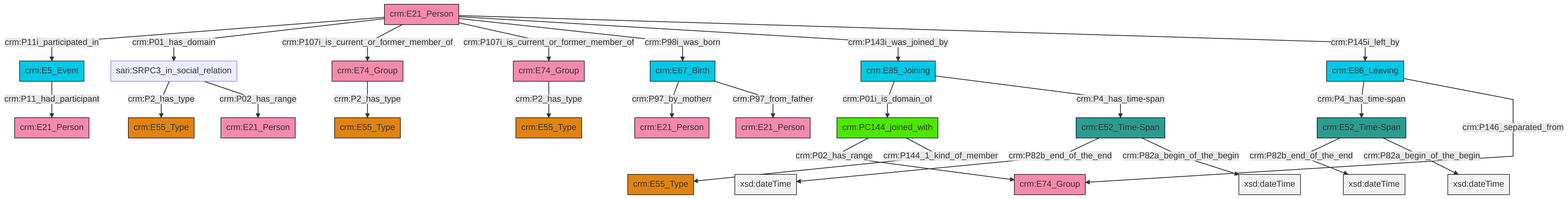
Above: et/personCSV/ttl/mmd/png/Person_Actor_Relations.png in swiss-art-research-net/reference-data-models (Mermaid), before the change. Its source is kept beside it as et/personCSV/ttl/mmd/Person_Actor_Relations.ttl.mmd.
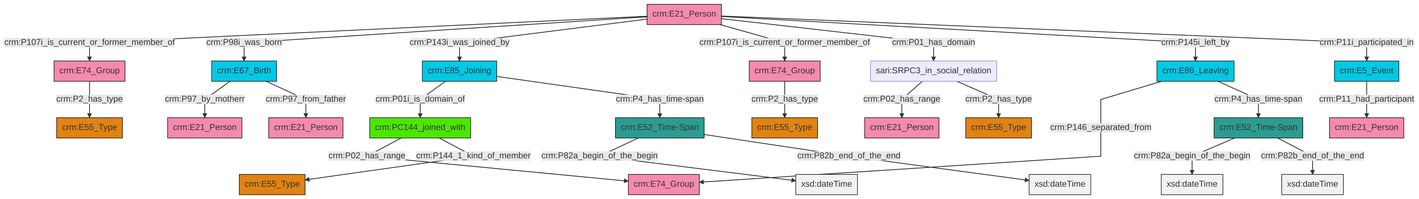
Above is the later version.

What changed in the source:
```diff
@@ -13,27 +13,27 @@
 classDef PC_Classes fill:#4ce600, stroke:#000000;
 classDef Multi fill:#cccccc,stroke:#000000;
 
-0["crm:E21_Person"]:::Actor -->|crm:P11i_participated_in| 1["crm:E5_Event"]:::Temporal_Entity
-4["crm:E86_Leaving"]:::Temporal_Entity -->|crm:P4_has_time-span| 5["crm:E52_Time-Span"]:::Time-Span
-0["crm:E21_Person"]:::Actor -->|crm:P01_has_domain| 6["sari:SRPC3_in_social_relation"]:::Default
-15["crm:E74_Group"]:::Actor -->|crm:P2_has_type| 2["crm:E55_Type"]:::Type
-6["sari:SRPC3_in_social_relation"]:::Default -->|crm:P2_has_type| 16["crm:E55_Type"]:::Type
-17["crm:E67_Birth"]:::Temporal_Entity -->|crm:P97_by_motherr| 18["crm:E21_Person"]:::Actor
-0["crm:E21_Person"]:::Actor -->|crm:P107i_is_current_or_former_member_of| 15["crm:E74_Group"]:::Actor
-6["sari:SRPC3_in_social_relation"]:::Default -->|crm:P02_has_range| 19["crm:E21_Person"]:::Actor
-0["crm:E21_Person"]:::Actor -->|crm:P107i_is_current_or_former_member_of| 13["crm:E74_Group"]:::Actor
-1["crm:E5_Event"]:::Temporal_Entity -->|crm:P11_had_participant| 7["crm:E21_Person"]:::Actor
-9["crm:E85_Joining"]:::Temporal_Entity -->|crm:P01i_is_domain_of| 23["crm:PC144_joined_with"]:::PC_Classes
-5["crm:E52_Time-Span"]:::Time-Span -->|crm:P82b_end_of_the_end| 28[xsd:dateTime]:::Literal
-0["crm:E21_Person"]:::Actor -->|crm:P98i_was_born| 17["crm:E67_Birth"]:::Temporal_Entity
-9["crm:E85_Joining"]:::Temporal_Entity -->|crm:P4_has_time-span| 31["crm:E52_Time-Span"]:::Time-Span
-0["crm:E21_Person"]:::Actor -->|crm:P143i_was_joined_by| 9["crm:E85_Joining"]:::Temporal_Entity
-23["crm:PC144_joined_with"]:::PC_Classes -->|crm:P02_has_range| 34["crm:E74_Group"]:::Actor
-31["crm:E52_Time-Span"]:::Time-Span -->|crm:P82b_end_of_the_end| 35[xsd:dateTime]:::Literal
-5["crm:E52_Time-Span"]:::Time-Span -->|crm:P82a_begin_of_the_begin| 36[xsd:dateTime]:::Literal
-0["crm:E21_Person"]:::Actor -->|crm:P145i_left_by| 4["crm:E86_Leaving"]:::Temporal_Entity
-13["crm:E74_Group"]:::Actor -->|crm:P2_has_type| 24["crm:E55_Type"]:::Type
-31["crm:E52_Time-Span"]:::Time-Span -->|crm:P82a_begin_of_the_begin| 41[xsd:dateTime]:::Literal
-4["crm:E86_Leaving"]:::Temporal_Entity -->|crm:P146_separated_from| 34["crm:E74_Group"]:::Actor
-23["crm:PC144_joined_with"]:::PC_Classes -->|crm:P144_1_kind_of_member| 11["crm:E55_Type"]:::Type
-17["crm:E67_Birth"]:::Temporal_Entity -->|crm:P97_from_father| 29["crm:E21_Person"]:::Actor
+2["crm:E21_Person"]:::Actor -->|crm:P107i_is_current_or_former_member_of| 3["crm:E74_Group"]:::Actor
+2["crm:E21_Person"]:::Actor -->|crm:P98i_was_born| 6["crm:E67_Birth"]:::Temporal_Entity
+7["crm:E85_Joining"]:::Temporal_Entity -->|crm:P01i_is_domain_of| 8["crm:PC144_joined_with"]:::PC_Classes
+6["crm:E67_Birth"]:::Temporal_Entity -->|crm:P97_by_motherr| 10["crm:E21_Person"]:::Actor
+13["crm:E86_Leaving"]:::Temporal_Entity -->|crm:P146_separated_from| 14["crm:E74_Group"]:::Actor
+15["crm:E52_Time-Span"]:::Time-Span -->|crm:P82a_begin_of_the_begin| 16[xsd:dateTime]:::Literal
+17["crm:E52_Time-Span"]:::Time-Span -->|crm:P82a_begin_of_the_begin| 18[xsd:dateTime]:::Literal
+17["crm:E52_Time-Span"]:::Time-Span -->|crm:P82b_end_of_the_end| 20[xsd:dateTime]:::Literal
+3["crm:E74_Group"]:::Actor -->|crm:P2_has_type| 11["crm:E55_Type"]:::Type
+15["crm:E52_Time-Span"]:::Time-Span -->|crm:P82b_end_of_the_end| 21[xsd:dateTime]:::Literal
+8["crm:PC144_joined_with"]:::PC_Classes -->|crm:P02_has_range| 14["crm:E74_Group"]:::Actor
+6["crm:E67_Birth"]:::Temporal_Entity -->|crm:P97_from_father| 22["crm:E21_Person"]:::Actor
+8["crm:PC144_joined_with"]:::PC_Classes -->|crm:P144_1_kind_of_member| 25["crm:E55_Type"]:::Type
+13["crm:E86_Leaving"]:::Temporal_Entity -->|crm:P4_has_time-span| 17["crm:E52_Time-Span"]:::Time-Span
+2["crm:E21_Person"]:::Actor -->|crm:P143i_was_joined_by| 7["crm:E85_Joining"]:::Temporal_Entity
+2["crm:E21_Person"]:::Actor -->|crm:P107i_is_current_or_former_member_of| 26["crm:E74_Group"]:::Actor
+2["crm:E21_Person"]:::Actor -->|crm:P01_has_domain| 27["sari:SRPC3_in_social_relation"]:::Default
+2["crm:E21_Person"]:::Actor -->|crm:P145i_left_by| 13["crm:E86_Leaving"]:::Temporal_Entity
+26["crm:E74_Group"]:::Actor -->|crm:P2_has_type| 4["crm:E55_Type"]:::Type
+27["sari:SRPC3_in_social_relation"]:::Default -->|crm:P02_has_range| 0["crm:E21_Person"]:::Actor
+2["crm:E21_Person"]:::Actor -->|crm:P11i_participated_in| 35["crm:E5_Event"]:::Temporal_Entity
+35["crm:E5_Event"]:::Temporal_Entity -->|crm:P11_had_participant| 39["crm:E21_Person"]:::Actor
+27["sari:SRPC3_in_social_relation"]:::Default -->|crm:P2_has_type| 41["crm:E55_Type"]:::Type
+7["crm:E85_Joining"]:::Temporal_Entity -->|crm:P4_has_time-span| 15["crm:E52_Time-Span"]:::Time-Span
```
